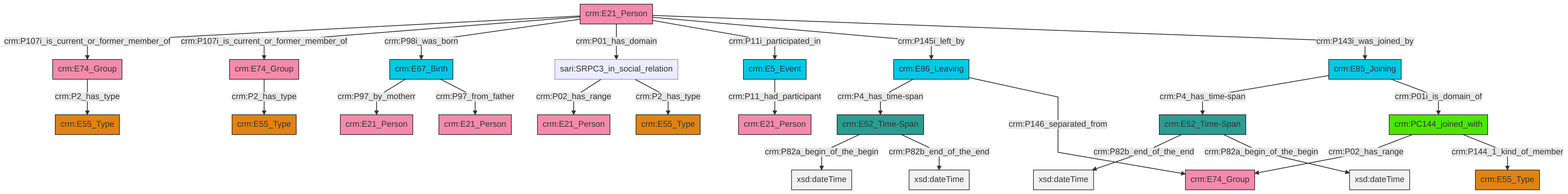
Earlier version of the Mermaid export et/personCSV/ttl/mmd/png/Person_Actor_Relations.png (swiss-art-research-net/reference-data-models). Its source is kept beside it as et/personCSV/ttl/mmd/Person_Actor_Relations.ttl.mmd.
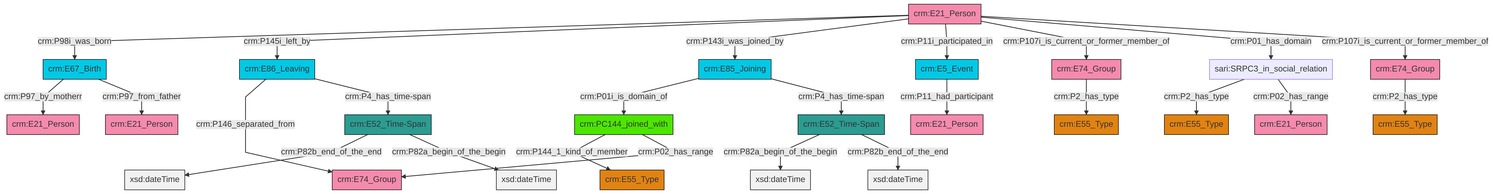
The same diagram one commit later.

What changed in the source:
```diff
@@ -13,27 +13,27 @@
 classDef PC_Classes fill:#4ce600, stroke:#000000;
 classDef Multi fill:#cccccc,stroke:#000000;
 
-0["crm:E67_Birth"]:::Temporal_Entity -->|crm:P97_by_motherr| 1["crm:E21_Person"]:::Actor
-0["crm:E67_Birth"]:::Temporal_Entity -->|crm:P97_from_father| 2["crm:E21_Person"]:::Actor
-3["crm:E52_Time-Span"]:::Time-Span -->|crm:P82b_end_of_the_end| 4[xsd:dateTime]:::Literal
-5["crm:E85_Joining"]:::Temporal_Entity -->|crm:P4_has_time-span| 3["crm:E52_Time-Span"]:::Time-Span
-8["crm:E86_Leaving"]:::Temporal_Entity -->|crm:P4_has_time-span| 9["crm:E52_Time-Span"]:::Time-Span
-10["crm:E21_Person"]:::Actor -->|crm:P107i_is_current_or_former_member_of| 11["crm:E74_Group"]:::Actor
-10["crm:E21_Person"]:::Actor -->|crm:P107i_is_current_or_former_member_of| 14["crm:E74_Group"]:::Actor
-10["crm:E21_Person"]:::Actor -->|crm:P98i_was_born| 0["crm:E67_Birth"]:::Temporal_Entity
-3["crm:E52_Time-Span"]:::Time-Span -->|crm:P82a_begin_of_the_begin| 15[xsd:dateTime]:::Literal
-10["crm:E21_Person"]:::Actor -->|crm:P01_has_domain| 17["sari:SRPC3_in_social_relation"]:::Default
-10["crm:E21_Person"]:::Actor -->|crm:P11i_participated_in| 18["crm:E5_Event"]:::Temporal_Entity
-19["crm:PC144_joined_with"]:::PC_Classes -->|crm:P02_has_range| 6["crm:E74_Group"]:::Actor
-8["crm:E86_Leaving"]:::Temporal_Entity -->|crm:P146_separated_from| 6["crm:E74_Group"]:::Actor
-18["crm:E5_Event"]:::Temporal_Entity -->|crm:P11_had_participant| 12["crm:E21_Person"]:::Actor
-19["crm:PC144_joined_with"]:::PC_Classes -->|crm:P144_1_kind_of_member| 21["crm:E55_Type"]:::Type
-17["sari:SRPC3_in_social_relation"]:::Default -->|crm:P02_has_range| 31["crm:E21_Person"]:::Actor
-10["crm:E21_Person"]:::Actor -->|crm:P145i_left_by| 8["crm:E86_Leaving"]:::Temporal_Entity
-11["crm:E74_Group"]:::Actor -->|crm:P2_has_type| 34["crm:E55_Type"]:::Type
-10["crm:E21_Person"]:::Actor -->|crm:P143i_was_joined_by| 5["crm:E85_Joining"]:::Temporal_Entity
-14["crm:E74_Group"]:::Actor -->|crm:P2_has_type| 27["crm:E55_Type"]:::Type
-9["crm:E52_Time-Span"]:::Time-Span -->|crm:P82a_begin_of_the_begin| 38[xsd:dateTime]:::Literal
-5["crm:E85_Joining"]:::Temporal_Entity -->|crm:P01i_is_domain_of| 19["crm:PC144_joined_with"]:::PC_Classes
-9["crm:E52_Time-Span"]:::Time-Span -->|crm:P82b_end_of_the_end| 45[xsd:dateTime]:::Literal
-17["sari:SRPC3_in_social_relation"]:::Default -->|crm:P2_has_type| 42["crm:E55_Type"]:::Type
+0["crm:E52_Time-Span"]:::Time-Span -->|crm:P82a_begin_of_the_begin| 1[xsd:dateTime]:::Literal
+4["crm:E21_Person"]:::Actor -->|crm:P98i_was_born| 5["crm:E67_Birth"]:::Temporal_Entity
+4["crm:E21_Person"]:::Actor -->|crm:P145i_left_by| 8["crm:E86_Leaving"]:::Temporal_Entity
+8["crm:E86_Leaving"]:::Temporal_Entity -->|crm:P146_separated_from| 9["crm:E74_Group"]:::Actor
+4["crm:E21_Person"]:::Actor -->|crm:P143i_was_joined_by| 2["crm:E85_Joining"]:::Temporal_Entity
+11["crm:PC144_joined_with"]:::PC_Classes -->|crm:P144_1_kind_of_member| 12["crm:E55_Type"]:::Type
+11["crm:PC144_joined_with"]:::PC_Classes -->|crm:P02_has_range| 9["crm:E74_Group"]:::Actor
+4["crm:E21_Person"]:::Actor -->|crm:P11i_participated_in| 13["crm:E5_Event"]:::Temporal_Entity
+15["crm:E74_Group"]:::Actor -->|crm:P2_has_type| 16["crm:E55_Type"]:::Type
+6["sari:SRPC3_in_social_relation"]:::Default -->|crm:P2_has_type| 27["crm:E55_Type"]:::Type
+4["crm:E21_Person"]:::Actor -->|crm:P107i_is_current_or_former_member_of| 15["crm:E74_Group"]:::Actor
+18["crm:E52_Time-Span"]:::Time-Span -->|crm:P82b_end_of_the_end| 28[xsd:dateTime]:::Literal
+4["crm:E21_Person"]:::Actor -->|crm:P01_has_domain| 6["sari:SRPC3_in_social_relation"]:::Default
+6["sari:SRPC3_in_social_relation"]:::Default -->|crm:P02_has_range| 24["crm:E21_Person"]:::Actor
+2["crm:E85_Joining"]:::Temporal_Entity -->|crm:P01i_is_domain_of| 11["crm:PC144_joined_with"]:::PC_Classes
+13["crm:E5_Event"]:::Temporal_Entity -->|crm:P11_had_participant| 36["crm:E21_Person"]:::Actor
+5["crm:E67_Birth"]:::Temporal_Entity -->|crm:P97_by_motherr| 33["crm:E21_Person"]:::Actor
+5["crm:E67_Birth"]:::Temporal_Entity -->|crm:P97_from_father| 30["crm:E21_Person"]:::Actor
+38["crm:E74_Group"]:::Actor -->|crm:P2_has_type| 22["crm:E55_Type"]:::Type
+8["crm:E86_Leaving"]:::Temporal_Entity -->|crm:P4_has_time-span| 18["crm:E52_Time-Span"]:::Time-Span
+18["crm:E52_Time-Span"]:::Time-Span -->|crm:P82a_begin_of_the_begin| 44[xsd:dateTime]:::Literal
+2["crm:E85_Joining"]:::Temporal_Entity -->|crm:P4_has_time-span| 0["crm:E52_Time-Span"]:::Time-Span
+4["crm:E21_Person"]:::Actor -->|crm:P107i_is_current_or_former_member_of| 38["crm:E74_Group"]:::Actor
+0["crm:E52_Time-Span"]:::Time-Span -->|crm:P82b_end_of_the_end| 46[xsd:dateTime]:::Literal
```
